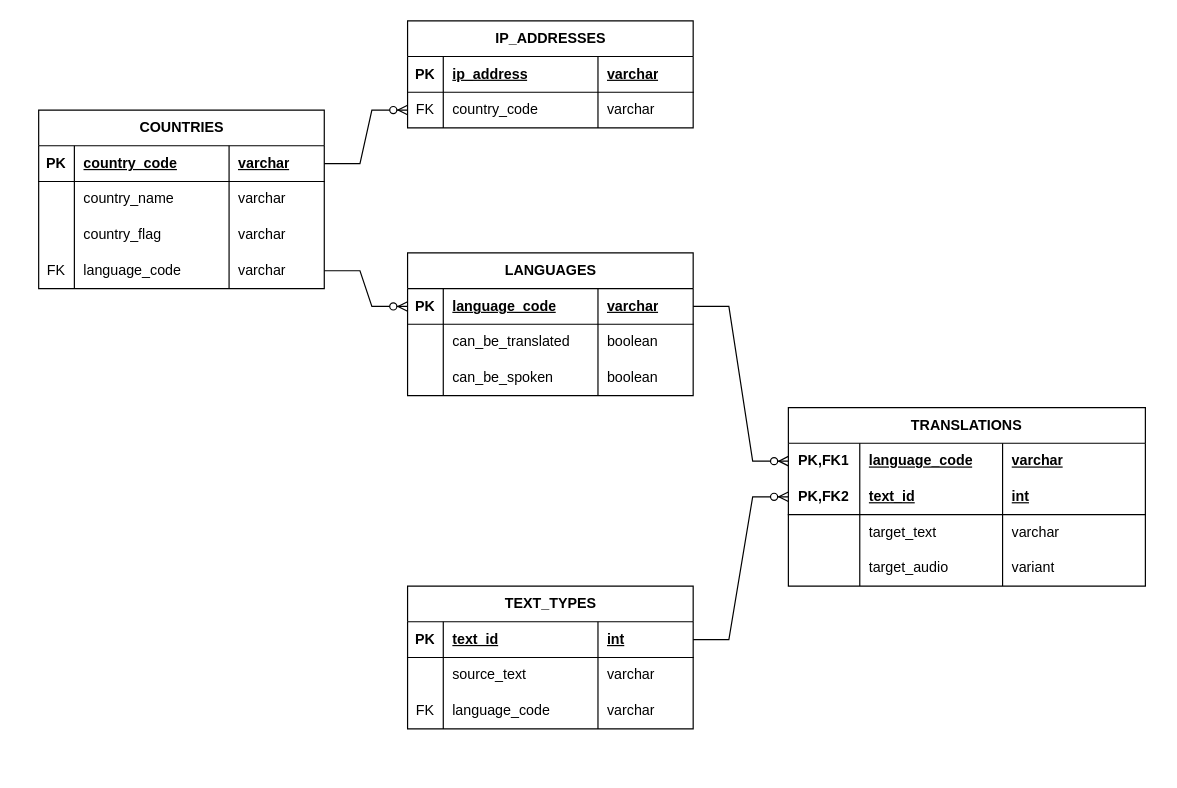
Above: page "physical_design" (3 of 3) of documentation/ERD.drawio in LucaBalduzziNI/nimbus-intelligence-coh2-python-project (draw.io), before the change. Source tidied: cells renumbered, new cells numbered last; positions are measured from the earlier drawing's top-left corner, leaving out a move shared by most shapes. Both pictures are drawn from the tidied source at 119%, with x=0, y=0 at pixel (38, 20).
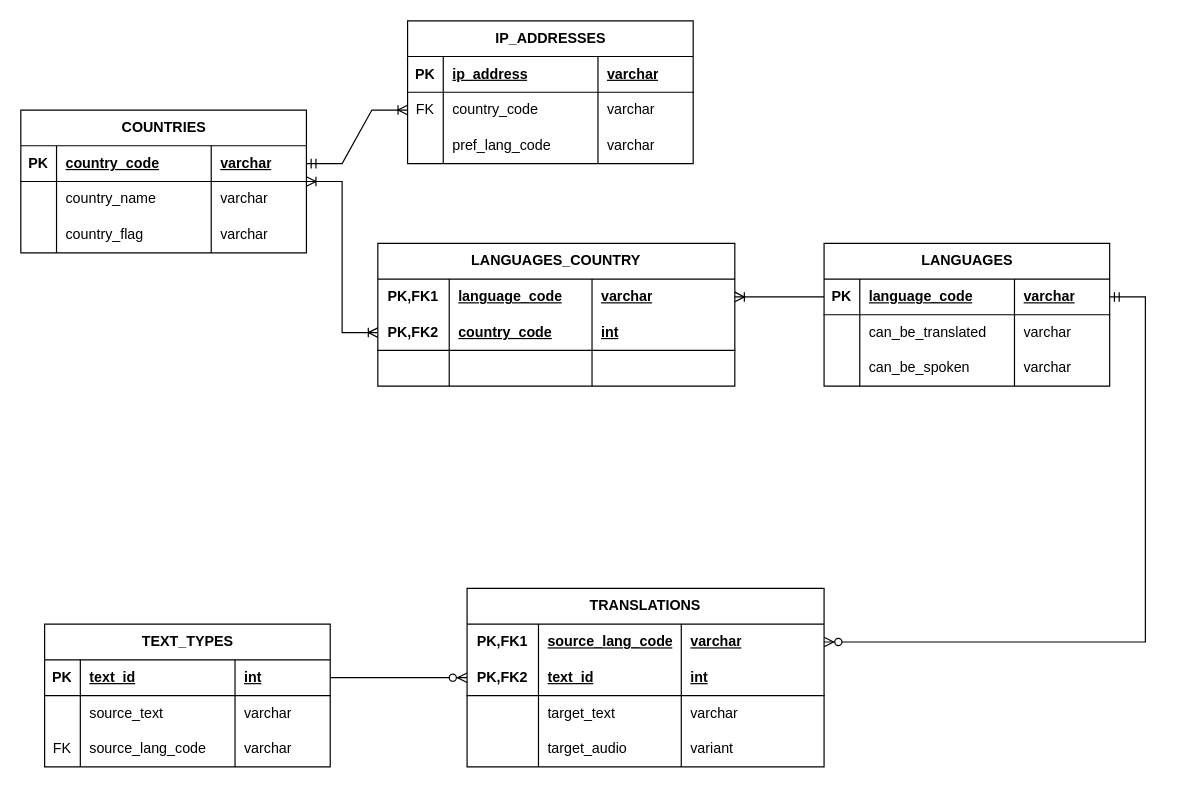
The same diagram, later.

Commit message (it also covers changes not shown here):
Added ability to have multiple languages per country

The change refers to these unchanged cells:
```xml
<mxCell id="7" style="shape=tableRow;horizontal=0;startSize=0;swimlaneHead=0;swimlaneBody=0;fillColor=none;points=[[0,0.5],[1,0.5]];portConstraint=eastwest;top=0;left=0;right=0;bottom=0;" parent="2" vertex="1">
  <mxGeometry y="60" width="240" height="30" as="geometry" />
</mxCell>
<mxCell id="25" style="shape=tableRow;horizontal=0;startSize=0;swimlaneHead=0;swimlaneBody=0;fillColor=none;points=[[0,0.5],[1,0.5]];portConstraint=eastwest;top=0;left=0;right=0;bottom=0;html=1;" parent="24" vertex="1">
  <mxGeometry y="30" width="300" height="30" as="geometry" />
</mxCell>
<mxCell id="50" style="shape=tableRow;horizontal=0;startSize=0;swimlaneHead=0;swimlaneBody=0;fillColor=none;top=0;left=0;right=0;bottom=0;" parent="41" vertex="1">
  <mxGeometry y="90" width="240" height="30" as="geometry" />
</mxCell>
<mxCell id="57" style="shape=tableRow;horizontal=0;startSize=0;swimlaneHead=0;swimlaneBody=0;fillColor=none;points=[[0,0.5],[1,0.5]];portConstraint=eastwest;top=0;left=0;right=0;bottom=1;" parent="56" vertex="1">
  <mxGeometry y="30" width="240" height="30" as="geometry" />
</mxCell>
```

Change to the diagram source:
```diff
@@
     <mxCell id="2" value="IP_ADDRESSES" style="shape=table;startSize=30;childLayout=tableLayout;rowLines=0;fontStyle=1;align=center;html=1;" parent="1" vertex="1">
-      <mxGeometry x="310" width="240" height="90" as="geometry" />
+      <mxGeometry x="310" width="240" height="120" as="geometry" />
     </mxCell>
@@
-    <mxCell id="11" value="LANGUAGES" style="shape=table;startSize=30;childLayout=tableLayout;rowLines=0;fontStyle=1;align=center;html=1;" parent="1" vertex="1">
-      <mxGeometry x="310" y="195" width="240" height="120" as="geometry" />
-    </mxCell>
-    <mxCell id="12" style="shape=tableRow;horizontal=0;startSize=0;swimlaneHead=0;swimlaneBody=0;fillColor=none;points=[[0,0.5],[1,0.5]];portConstraint=eastwest;top=0;left=0;right=0;bottom=1;" parent="11" vertex="1">
-      <mxGeometry y="30" width="240" height="30" as="geometry" />
-    </mxCell>
-    <mxCell id="13" value="PK" style="shape=partialRectangle;fillColor=none;top=0;left=0;bottom=0;right=0;fontStyle=1;overflow=hidden;whiteSpace=wrap;html=1;" parent="12" vertex="1">
-      <mxGeometry width="30" height="30" as="geometry" />
-    </mxCell>
-    <mxCell id="14" value="language_code" style="shape=partialRectangle;fillColor=none;top=0;left=0;bottom=0;right=0;align=left;spacingLeft=6;fontStyle=5;overflow=hidden;whiteSpace=wrap;html=1;" parent="12" vertex="1">
-      <mxGeometry x="30" width="130" height="30" as="geometry" />
-    </mxCell>
-    <mxCell id="15" value="varchar" style="shape=partialRectangle;fillColor=none;top=0;left=0;bottom=0;right=0;align=left;spacingLeft=6;fontStyle=5;overflow=hidden;whiteSpace=wrap;html=1;" parent="12" vertex="1">
-      <mxGeometry x="160" width="80" height="30" as="geometry" />
-    </mxCell>
-    <mxCell id="16" style="shape=tableRow;horizontal=0;startSize=0;swimlaneHead=0;swimlaneBody=0;fillColor=none;top=0;left=0;right=0;bottom=0;" parent="11" vertex="1">
-      <mxGeometry y="60" width="240" height="30" as="geometry" />
-    </mxCell>
-    <mxCell id="17" style="shape=partialRectangle;fillColor=none;top=0;left=0;bottom=0;right=0;overflow=hidden;whiteSpace=wrap;html=1;" parent="16" vertex="1">
-      <mxGeometry width="30" height="30" as="geometry" />
-    </mxCell>
-    <mxCell id="18" value="can_be_translated" style="shape=partialRectangle;fillColor=none;top=0;left=0;bottom=0;right=0;align=left;spacingLeft=6;overflow=hidden;whiteSpace=wrap;html=1;" parent="16" vertex="1">
-      <mxGeometry x="30" width="130" height="30" as="geometry" />
-    </mxCell>
-    <mxCell id="19" value="boolean" style="shape=partialRectangle;fillColor=none;top=0;left=0;bottom=0;right=0;align=left;spacingLeft=6;overflow=hidden;whiteSpace=wrap;html=1;" parent="16" vertex="1">
-      <mxGeometry x="160" width="80" height="30" as="geometry" />
-    </mxCell>
-    <mxCell id="20" style="shape=tableRow;horizontal=0;startSize=0;swimlaneHead=0;swimlaneBody=0;fillColor=none;top=0;left=0;right=0;bottom=0;" parent="11" vertex="1">
-      <mxGeometry y="90" width="240" height="30" as="geometry" />
-    </mxCell>
-    <mxCell id="21" style="shape=partialRectangle;fillColor=none;top=0;left=0;bottom=0;right=0;overflow=hidden;whiteSpace=wrap;html=1;" parent="20" vertex="1">
-      <mxGeometry width="30" height="30" as="geometry" />
-    </mxCell>
-    <mxCell id="22" value="can_be_spoken" style="shape=partialRectangle;fillColor=none;top=0;left=0;bottom=0;right=0;align=left;spacingLeft=6;overflow=hidden;whiteSpace=wrap;html=1;" parent="20" vertex="1">
-      <mxGeometry x="30" width="130" height="30" as="geometry" />
-    </mxCell>
-    <mxCell id="23" value="boolean" style="shape=partialRectangle;fillColor=none;top=0;left=0;bottom=0;right=0;align=left;spacingLeft=6;overflow=hidden;whiteSpace=wrap;html=1;" parent="20" vertex="1">
-      <mxGeometry x="160" width="80" height="30" as="geometry" />
-    </mxCell>
+    <mxCell id="75" style="shape=tableRow;horizontal=0;startSize=0;swimlaneHead=0;swimlaneBody=0;fillColor=none;top=0;left=0;right=0;bottom=0;" parent="2" vertex="1">
+      <mxGeometry y="90" width="240" height="30" as="geometry" />
+    </mxCell>
+    <mxCell id="76" style="shape=partialRectangle;fillColor=none;top=0;left=0;bottom=0;right=0;overflow=hidden;whiteSpace=wrap;html=1;" parent="75" vertex="1">
+      <mxGeometry width="30" height="30" as="geometry" />
+    </mxCell>
+    <mxCell id="77" value="pref_lang_code" style="shape=partialRectangle;fillColor=none;top=0;left=0;bottom=0;right=0;align=left;spacingLeft=6;overflow=hidden;whiteSpace=wrap;html=1;" parent="75" vertex="1">
+      <mxGeometry x="30" width="130" height="30" as="geometry" />
+    </mxCell>
+    <mxCell id="78" value="varchar" style="shape=partialRectangle;fillColor=none;top=0;left=0;bottom=0;right=0;align=left;spacingLeft=6;overflow=hidden;whiteSpace=wrap;html=1;" parent="75" vertex="1">
+      <mxGeometry x="160" width="80" height="30" as="geometry" />
+    </mxCell>
     <mxCell id="24" value="TRANSLATIONS" style="shape=table;startSize=30;childLayout=tableLayout;rowLines=0;fontStyle=1;align=center;html=1;whiteSpace=wrap;" parent="1" vertex="1">
-      <mxGeometry x="630" y="325" width="300" height="150" as="geometry" />
+      <mxGeometry x="360" y="477" width="300" height="150" as="geometry" />
     </mxCell>
@@
-    <mxCell id="27" value="language_code" style="shape=partialRectangle;fillColor=none;top=0;left=0;bottom=0;right=0;align=left;spacingLeft=6;fontStyle=5;overflow=hidden;html=1;whiteSpace=wrap;" parent="25" vertex="1">
+    <mxCell id="27" value="source_lang_code" style="shape=partialRectangle;fillColor=none;top=0;left=0;bottom=0;right=0;align=left;spacingLeft=6;fontStyle=5;overflow=hidden;html=1;whiteSpace=wrap;" parent="25" vertex="1">
       <mxGeometry x="60" width="120" height="30" as="geometry" />
     </mxCell>
@@
     <mxCell id="41" value="TEXT_TYPES" style="shape=table;startSize=30;childLayout=tableLayout;rowLines=0;fontStyle=1;align=center;html=1;" parent="1" vertex="1">
-      <mxGeometry x="310" y="475" width="240" height="120" as="geometry" />
+      <mxGeometry x="5" y="507" width="240" height="120" as="geometry" />
     </mxCell>
@@
-    <mxCell id="52" value="language_code" style="shape=partialRectangle;fillColor=none;top=0;left=0;bottom=0;right=0;align=left;spacingLeft=6;overflow=hidden;whiteSpace=wrap;html=1;" parent="50" vertex="1">
+    <mxCell id="52" value="source_lang_code" style="shape=partialRectangle;fillColor=none;top=0;left=0;bottom=0;right=0;align=left;spacingLeft=6;overflow=hidden;whiteSpace=wrap;html=1;" parent="50" vertex="1">
       <mxGeometry x="30" width="130" height="30" as="geometry" />
     </mxCell>
@@
-    <mxCell id="54" style="edgeStyle=entityRelationEdgeStyle;fontSize=12;html=1;endArrow=ERzeroToMany;endFill=1;rounded=0;" parent="1" edge="1" source="12" target="25">
+    <mxCell id="54" style="edgeStyle=entityRelationEdgeStyle;fontSize=12;html=1;endArrow=ERzeroToMany;endFill=1;rounded=0;startArrow=ERmandOne;startFill=0;" parent="1" edge="1" source="12" target="25">
       <mxGeometry relative="1" as="geometry" />
     </mxCell>
@@
     <mxCell id="56" value="COUNTRIES" style="shape=table;startSize=30;childLayout=tableLayout;rowLines=0;fontStyle=1;align=center;html=1;" parent="1" vertex="1">
-      <mxGeometry y="75" width="240" height="150" as="geometry" />
+      <mxGeometry x="-15" y="75" width="240" height="120" as="geometry" />
     </mxCell>
@@
-    <mxCell id="69" style="shape=tableRow;horizontal=0;startSize=0;swimlaneHead=0;swimlaneBody=0;fillColor=none;points=[[0,0.5],[1,0.5]];portConstraint=eastwest;top=0;left=0;right=0;bottom=0;" parent="56" vertex="1">
-      <mxGeometry y="120" width="240" height="30" as="geometry" />
-    </mxCell>
-    <mxCell id="70" value="FK" style="shape=partialRectangle;fillColor=none;top=0;left=0;bottom=0;right=0;overflow=hidden;whiteSpace=wrap;html=1;" parent="69" vertex="1">
-      <mxGeometry width="30" height="30" as="geometry" />
-    </mxCell>
+    <mxCell id="73" style="edgeStyle=entityRelationEdgeStyle;fontSize=12;html=1;endArrow=ERoneToMany;endFill=0;rounded=0;startArrow=ERmandOne;startFill=0;" parent="1" edge="1" source="57" target="7">
+      <mxGeometry relative="1" as="geometry" />
+    </mxCell>
+    <mxCell id="79" value="LANGUAGES_COUNTRY" style="shape=table;startSize=30;childLayout=tableLayout;rowLines=0;fontStyle=1;align=center;html=1;whiteSpace=wrap;" parent="1" vertex="1">
+      <mxGeometry x="285" y="187" width="300" height="120" as="geometry" />
+    </mxCell>
+    <mxCell id="80" style="shape=tableRow;horizontal=0;startSize=0;swimlaneHead=0;swimlaneBody=0;fillColor=none;points=[[0,0.5],[1,0.5]];portConstraint=eastwest;top=0;left=0;right=0;bottom=0;html=1;" parent="79" vertex="1">
+      <mxGeometry y="30" width="300" height="30" as="geometry" />
+    </mxCell>
+    <mxCell id="81" value="PK,FK1" style="shape=partialRectangle;fillColor=none;top=0;left=0;bottom=0;right=0;fontStyle=1;overflow=hidden;html=1;whiteSpace=wrap;" parent="80" vertex="1">
+      <mxGeometry width="60" height="30" as="geometry" />
+    </mxCell>
-    <mxCell id="71" value="language_code" style="shape=partialRectangle;fillColor=none;top=0;left=0;bottom=0;right=0;align=left;spacingLeft=6;overflow=hidden;whiteSpace=wrap;html=1;" parent="69" vertex="1">
-      <mxGeometry x="30" width="130" height="30" as="geometry" />
+    <mxCell id="71" value="language_code" style="shape=partialRectangle;fillColor=none;top=0;left=0;bottom=0;right=0;align=left;spacingLeft=6;fontStyle=5;overflow=hidden;html=1;whiteSpace=wrap;" parent="80" vertex="1">
+      <mxGeometry x="60" width="120" height="30" as="geometry" />
     </mxCell>
-    <mxCell id="72" value="varchar" style="shape=partialRectangle;fillColor=none;top=0;left=0;bottom=0;right=0;align=left;spacingLeft=6;overflow=hidden;whiteSpace=wrap;html=1;" parent="69" vertex="1">
-      <mxGeometry x="160" width="80" height="30" as="geometry" />
-    </mxCell>
-    <mxCell id="73" style="edgeStyle=entityRelationEdgeStyle;fontSize=12;html=1;endArrow=ERzeroToMany;endFill=1;rounded=0;" parent="1" edge="1" source="57" target="7">
-      <mxGeometry relative="1" as="geometry" />
-    </mxCell>
-    <mxCell id="74" style="edgeStyle=entityRelationEdgeStyle;fontSize=12;html=1;endArrow=ERzeroToMany;endFill=1;rounded=0;entryX=0;entryY=0.5;entryDx=0;entryDy=0;" parent="1" edge="1" source="69" target="12">
-      <mxGeometry relative="1" as="geometry" />
-    </mxCell>
+    <mxCell id="82" value="varchar" style="shape=partialRectangle;fillColor=none;top=0;left=0;bottom=0;right=0;align=left;spacingLeft=6;fontStyle=5;overflow=hidden;html=1;whiteSpace=wrap;" parent="80" vertex="1">
+      <mxGeometry x="180" width="120" height="30" as="geometry" />
+    </mxCell>
+    <mxCell id="83" style="shape=tableRow;horizontal=0;startSize=0;swimlaneHead=0;swimlaneBody=0;fillColor=none;points=[[0,0.5],[1,0.5]];portConstraint=eastwest;top=0;left=0;right=0;bottom=1;html=1;" parent="79" vertex="1">
+      <mxGeometry y="60" width="300" height="30" as="geometry" />
+    </mxCell>
+    <mxCell id="84" value="PK,FK2" style="shape=partialRectangle;fillColor=none;top=0;left=0;bottom=0;right=0;fontStyle=1;overflow=hidden;html=1;whiteSpace=wrap;" parent="83" vertex="1">
+      <mxGeometry width="60" height="30" as="geometry" />
+    </mxCell>
+    <mxCell id="85" value="country_code" style="shape=partialRectangle;fillColor=none;top=0;left=0;bottom=0;right=0;align=left;spacingLeft=6;fontStyle=5;overflow=hidden;html=1;whiteSpace=wrap;" parent="83" vertex="1">
+      <mxGeometry x="60" width="120" height="30" as="geometry" />
+    </mxCell>
+    <mxCell id="86" value="int" style="shape=partialRectangle;fillColor=none;top=0;left=0;bottom=0;right=0;align=left;spacingLeft=6;fontStyle=5;overflow=hidden;html=1;whiteSpace=wrap;" parent="83" vertex="1">
+      <mxGeometry x="180" width="120" height="30" as="geometry" />
+    </mxCell>
+    <mxCell id="87" style="shape=tableRow;horizontal=0;startSize=0;swimlaneHead=0;swimlaneBody=0;fillColor=none;top=0;left=0;right=0;bottom=0;html=1;" parent="79" vertex="1">
+      <mxGeometry y="90" width="300" height="30" as="geometry" />
+    </mxCell>
+    <mxCell id="88" style="shape=partialRectangle;fillColor=none;top=0;left=0;bottom=0;right=0;overflow=hidden;html=1;whiteSpace=wrap;" parent="87" vertex="1">
+      <mxGeometry width="60" height="30" as="geometry" />
+    </mxCell>
+    <mxCell id="89" style="shape=partialRectangle;fillColor=none;top=0;left=0;bottom=0;right=0;align=left;spacingLeft=6;overflow=hidden;html=1;whiteSpace=wrap;" parent="87" vertex="1">
+      <mxGeometry x="60" width="120" height="30" as="geometry" />
+    </mxCell>
+    <mxCell id="90" style="shape=partialRectangle;fillColor=none;top=0;left=0;bottom=0;right=0;align=left;spacingLeft=6;overflow=hidden;html=1;whiteSpace=wrap;" parent="87" vertex="1">
+      <mxGeometry x="180" width="120" height="30" as="geometry" />
+    </mxCell>
+    <mxCell id="91" style="edgeStyle=entityRelationEdgeStyle;fontSize=12;html=1;endArrow=ERoneToMany;startArrow=ERoneToMany;rounded=0;" parent="1" edge="1" source="56" target="83">
+      <mxGeometry relative="1" as="geometry" />
+    </mxCell>
+    <mxCell id="11" value="LANGUAGES" style="shape=table;startSize=30;childLayout=tableLayout;rowLines=0;fontStyle=1;align=center;html=1;" parent="1" vertex="1">
+      <mxGeometry x="660" y="187" width="240" height="120" as="geometry" />
+    </mxCell>
+    <mxCell id="12" style="shape=tableRow;horizontal=0;startSize=0;swimlaneHead=0;swimlaneBody=0;fillColor=none;points=[[0,0.5],[1,0.5]];portConstraint=eastwest;top=0;left=0;right=0;bottom=1;" parent="11" vertex="1">
+      <mxGeometry y="30" width="240" height="30" as="geometry" />
+    </mxCell>
+    <mxCell id="13" value="PK" style="shape=partialRectangle;fillColor=none;top=0;left=0;bottom=0;right=0;fontStyle=1;overflow=hidden;whiteSpace=wrap;html=1;" parent="12" vertex="1">
+      <mxGeometry width="30" height="30" as="geometry" />
+    </mxCell>
+    <mxCell id="14" value="language_code" style="shape=partialRectangle;fillColor=none;top=0;left=0;bottom=0;right=0;align=left;spacingLeft=6;fontStyle=5;overflow=hidden;whiteSpace=wrap;html=1;" parent="12" vertex="1">
+      <mxGeometry x="30" width="130" height="30" as="geometry" />
+    </mxCell>
+    <mxCell id="15" value="varchar" style="shape=partialRectangle;fillColor=none;top=0;left=0;bottom=0;right=0;align=left;spacingLeft=6;fontStyle=5;overflow=hidden;whiteSpace=wrap;html=1;" parent="12" vertex="1">
+      <mxGeometry x="160" width="80" height="30" as="geometry" />
+    </mxCell>
+    <mxCell id="16" style="shape=tableRow;horizontal=0;startSize=0;swimlaneHead=0;swimlaneBody=0;fillColor=none;top=0;left=0;right=0;bottom=0;" parent="11" vertex="1">
+      <mxGeometry y="60" width="240" height="30" as="geometry" />
+    </mxCell>
+    <mxCell id="92" style="shape=partialRectangle;fillColor=none;top=0;left=0;bottom=0;right=0;overflow=hidden;whiteSpace=wrap;html=1;" parent="16" vertex="1">
+      <mxGeometry width="30" height="30" as="geometry" />
+    </mxCell>
+    <mxCell id="18" value="can_be_translated" style="shape=partialRectangle;fillColor=none;top=0;left=0;bottom=0;right=0;align=left;spacingLeft=6;overflow=hidden;whiteSpace=wrap;html=1;" parent="16" vertex="1">
+      <mxGeometry x="30" width="130" height="30" as="geometry" />
+    </mxCell>
+    <mxCell id="93" value="varchar" style="shape=partialRectangle;fillColor=none;top=0;left=0;bottom=0;right=0;align=left;spacingLeft=6;overflow=hidden;whiteSpace=wrap;html=1;" parent="16" vertex="1">
+      <mxGeometry x="160" width="80" height="30" as="geometry" />
+    </mxCell>
+    <mxCell id="94" style="shape=tableRow;horizontal=0;startSize=0;swimlaneHead=0;swimlaneBody=0;fillColor=none;top=0;left=0;right=0;bottom=0;" parent="11" vertex="1">
+      <mxGeometry y="90" width="240" height="30" as="geometry" />
+    </mxCell>
+    <mxCell id="95" style="shape=partialRectangle;fillColor=none;top=0;left=0;bottom=0;right=0;overflow=hidden;whiteSpace=wrap;html=1;" parent="94" vertex="1">
+      <mxGeometry width="30" height="30" as="geometry" />
+    </mxCell>
+    <mxCell id="22" value="can_be_spoken" style="shape=partialRectangle;fillColor=none;top=0;left=0;bottom=0;right=0;align=left;spacingLeft=6;overflow=hidden;whiteSpace=wrap;html=1;" parent="94" vertex="1">
+      <mxGeometry x="30" width="130" height="30" as="geometry" />
+    </mxCell>
+    <mxCell id="96" value="varchar" style="shape=partialRectangle;fillColor=none;top=0;left=0;bottom=0;right=0;align=left;spacingLeft=6;overflow=hidden;whiteSpace=wrap;html=1;" parent="94" vertex="1">
+      <mxGeometry x="160" width="80" height="30" as="geometry" />
+    </mxCell>
+    <mxCell id="97" style="edgeStyle=entityRelationEdgeStyle;fontSize=12;html=1;endArrow=ERoneToMany;rounded=0;" parent="1" edge="1" source="12" target="80">
+      <mxGeometry relative="1" as="geometry" />
+    </mxCell>
```
